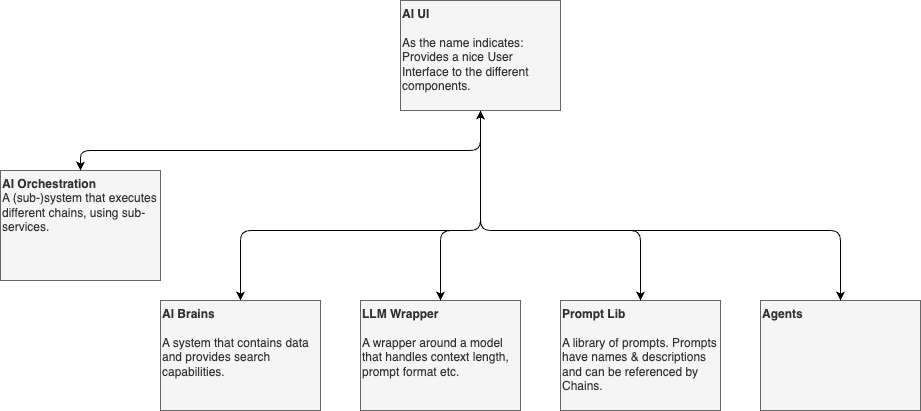
The draw.io diagram src/ai_ui_a12/public/content/ai_platform_overview_simple.png in tillg/ai-platform, before a commit. Source tidied: cells renumbered, new cells last; positions are measured from the earlier drawing's top-left corner, leaving out a move shared by most shapes. Its diagram source:
```xml
<mxGraphModel>
  <root>
    <mxCell id="0" />
    <mxCell id="1" parent="0" />
    <mxCell id="2" style="edgeStyle=orthogonalEdgeStyle;html=1;entryX=0.5;entryY=1;entryDx=0;entryDy=0;startArrow=classic;startFill=1;" parent="1" edge="1" source="3" target="6">
      <mxGeometry relative="1" as="geometry">
        <Array as="points">
          <mxPoint x="240" y="230" />
          <mxPoint x="480" y="230" />
        </Array>
      </mxGeometry>
    </mxCell>
    <mxCell id="3" value="&lt;div&gt;&lt;b&gt;AI Brains&lt;/b&gt;&lt;/div&gt;&lt;div&gt;&lt;br&gt;&lt;/div&gt;&lt;div&gt;A system that contains data and provides search capabilities.&lt;/div&gt;" style="rounded=0;whiteSpace=wrap;html=1;fillColor=#f5f5f5;strokeColor=#666666;align=left;verticalAlign=top;fontColor=#333333;" parent="1" vertex="1">
      <mxGeometry x="160" y="300" width="160" height="110" as="geometry" />
    </mxCell>
    <mxCell id="4" value="&lt;div&gt;&lt;b&gt;LLM Wrapper&lt;/b&gt;&lt;/div&gt;&lt;div&gt;&lt;b&gt;&lt;br&gt;&lt;/b&gt;&lt;/div&gt;&lt;div&gt;A wrapper around a model that handles context length, prompt format etc.&lt;/div&gt;" style="rounded=0;whiteSpace=wrap;html=1;fillColor=#f5f5f5;strokeColor=#666666;align=left;verticalAlign=top;fontColor=#333333;" parent="1" vertex="1">
      <mxGeometry x="360" y="300" width="160" height="110" as="geometry" />
    </mxCell>
    <mxCell id="5" value="&lt;div&gt;&lt;b&gt;AI Orchestration&lt;/b&gt;&lt;/div&gt;&lt;div&gt;A (sub-)system that executes different chains, using sub-services.&lt;/div&gt;" style="rounded=0;whiteSpace=wrap;html=1;fillColor=#f5f5f5;strokeColor=#666666;align=left;verticalAlign=top;fontColor=#333333;" parent="1" vertex="1">
      <mxGeometry y="170" width="160" height="110" as="geometry" />
    </mxCell>
    <mxCell id="6" value="&lt;div&gt;&lt;b&gt;AI UI&lt;/b&gt;&lt;/div&gt;&lt;div&gt;&lt;br&gt;&lt;/div&gt;&lt;div&gt;As the name indicates: Provides a nice User Interface to the different components.&lt;/div&gt;" style="rounded=0;whiteSpace=wrap;html=1;fillColor=#f5f5f5;strokeColor=#666666;align=left;verticalAlign=top;fontColor=#333333;" parent="1" vertex="1">
      <mxGeometry x="400" width="160" height="110" as="geometry" />
    </mxCell>
    <mxCell id="7" value="&lt;div&gt;&lt;b&gt;Prompt Lib&lt;/b&gt;&lt;/div&gt;&lt;div&gt;&lt;b&gt;&lt;br&gt;&lt;/b&gt;&lt;/div&gt;&lt;div&gt;A library of prompts. Prompts have names &amp;amp; descriptions and can be referenced by Chains.&lt;/div&gt;" style="rounded=0;whiteSpace=wrap;html=1;fillColor=#f5f5f5;strokeColor=#666666;align=left;verticalAlign=top;fontColor=#333333;" parent="1" vertex="1">
      <mxGeometry x="560" y="300" width="160" height="110" as="geometry" />
    </mxCell>
    <mxCell id="8" value="&lt;div&gt;&lt;b&gt;Agents&lt;/b&gt;&lt;/div&gt;&lt;div&gt;&lt;b&gt;&lt;br&gt;&lt;/b&gt;&lt;/div&gt;&lt;div&gt;&lt;br&gt;&lt;/div&gt;" style="rounded=0;whiteSpace=wrap;html=1;fillColor=#f5f5f5;strokeColor=#666666;align=left;verticalAlign=top;fontColor=#333333;" parent="1" vertex="1">
      <mxGeometry x="760" y="300" width="160" height="110" as="geometry" />
    </mxCell>
    <mxCell id="9" style="edgeStyle=orthogonalEdgeStyle;html=1;entryX=0.5;entryY=1;entryDx=0;entryDy=0;exitX=0.5;exitY=0;exitDx=0;exitDy=0;startArrow=classic;startFill=1;" parent="1" edge="1" source="5" target="6">
      <mxGeometry relative="1" as="geometry">
        <Array as="points">
          <mxPoint x="80" y="150" />
          <mxPoint x="480" y="150" />
        </Array>
      </mxGeometry>
    </mxCell>
    <mxCell id="10" style="edgeStyle=orthogonalEdgeStyle;html=1;exitX=0.5;exitY=0;exitDx=0;exitDy=0;entryX=0.5;entryY=1;entryDx=0;entryDy=0;startArrow=classic;startFill=1;" parent="1" edge="1" source="4" target="6">
      <mxGeometry relative="1" as="geometry">
        <Array as="points">
          <mxPoint x="440" y="230" />
          <mxPoint x="480" y="230" />
        </Array>
      </mxGeometry>
    </mxCell>
    <mxCell id="11" style="edgeStyle=orthogonalEdgeStyle;html=1;exitX=0.5;exitY=0;exitDx=0;exitDy=0;entryX=0.5;entryY=1;entryDx=0;entryDy=0;startArrow=classic;startFill=1;" parent="1" edge="1" source="7" target="6">
      <mxGeometry relative="1" as="geometry">
        <Array as="points">
          <mxPoint x="640" y="230" />
          <mxPoint x="480" y="230" />
        </Array>
      </mxGeometry>
    </mxCell>
    <mxCell id="12" style="edgeStyle=orthogonalEdgeStyle;html=1;exitX=0.5;exitY=0;exitDx=0;exitDy=0;entryX=0.5;entryY=1;entryDx=0;entryDy=0;startArrow=classic;startFill=1;" parent="1" edge="1" source="8" target="6">
      <mxGeometry relative="1" as="geometry">
        <Array as="points">
          <mxPoint x="840" y="230" />
          <mxPoint x="480" y="230" />
        </Array>
      </mxGeometry>
    </mxCell>
  </root>
</mxGraphModel>
```
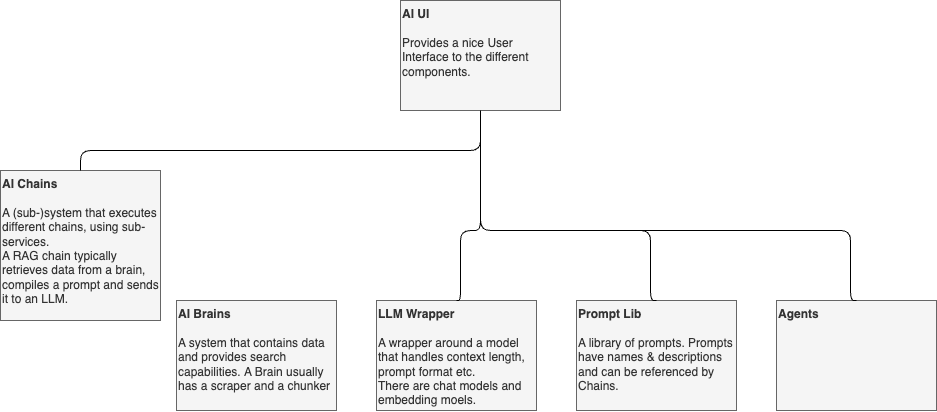
After the change.

Change to the diagram source:
```diff
@@ -2,25 +2,26 @@
   <root>
     <mxCell id="0" />
     <mxCell id="1" parent="0" />
-    <mxCell id="2" style="edgeStyle=orthogonalEdgeStyle;html=1;entryX=0.5;entryY=1;entryDx=0;entryDy=0;startArrow=classic;startFill=1;" parent="1" edge="1" source="3" target="6">
+    <mxCell id="2" style="edgeStyle=orthogonalEdgeStyle;html=1;entryX=0.5;entryY=1;entryDx=0;entryDy=0;startArrow=classic;startFill=1;exitX=0.5;exitY=0;exitDx=0;exitDy=0;strokeColor=none;" parent="1" edge="1" source="3" target="6">
       <mxGeometry relative="1" as="geometry">
         <Array as="points">
-          <mxPoint x="240" y="230" />
-          <mxPoint x="480" y="230" />
+          <mxPoint x="244" y="300" />
+          <mxPoint x="244" y="230" />
+          <mxPoint x="464" y="230" />
         </Array>
       </mxGeometry>
     </mxCell>
-    <mxCell id="3" value="&lt;div&gt;&lt;b&gt;AI Brains&lt;/b&gt;&lt;/div&gt;&lt;div&gt;&lt;br&gt;&lt;/div&gt;&lt;div&gt;A system that contains data and provides search capabilities.&lt;/div&gt;" style="rounded=0;whiteSpace=wrap;html=1;fillColor=#f5f5f5;strokeColor=#666666;align=left;verticalAlign=top;fontColor=#333333;" parent="1" vertex="1">
+    <mxCell id="3" value="&lt;div&gt;&lt;b&gt;AI Brains&lt;/b&gt;&lt;/div&gt;&lt;div&gt;&lt;br&gt;&lt;/div&gt;&lt;div&gt;A system that contains data and provides search capabilities.&amp;nbsp;&lt;span style=&quot;background-color: initial;&quot;&gt;A Brain usually has a scraper and a chunker&lt;/span&gt;&lt;/div&gt;" style="rounded=0;whiteSpace=wrap;html=1;fillColor=#f5f5f5;strokeColor=#666666;align=left;verticalAlign=top;fontColor=#333333;" parent="1" vertex="1">
       <mxGeometry x="160" y="300" width="160" height="110" as="geometry" />
     </mxCell>
-    <mxCell id="4" value="&lt;div&gt;&lt;b&gt;LLM Wrapper&lt;/b&gt;&lt;/div&gt;&lt;div&gt;&lt;b&gt;&lt;br&gt;&lt;/b&gt;&lt;/div&gt;&lt;div&gt;A wrapper around a model that handles context length, prompt format etc.&lt;/div&gt;" style="rounded=0;whiteSpace=wrap;html=1;fillColor=#f5f5f5;strokeColor=#666666;align=left;verticalAlign=top;fontColor=#333333;" parent="1" vertex="1">
+    <mxCell id="4" value="&lt;div&gt;&lt;b&gt;LLM Wrapper&lt;/b&gt;&lt;/div&gt;&lt;div&gt;&lt;b&gt;&lt;br&gt;&lt;/b&gt;&lt;/div&gt;&lt;div&gt;A wrapper around a model that handles context length, prompt format etc.&lt;/div&gt;&lt;div&gt;There are chat models and embedding moels.&lt;/div&gt;" style="rounded=0;whiteSpace=wrap;html=1;fillColor=#f5f5f5;strokeColor=#666666;align=left;verticalAlign=top;fontColor=#333333;" parent="1" vertex="1">
       <mxGeometry x="360" y="300" width="160" height="110" as="geometry" />
     </mxCell>
-    <mxCell id="5" value="&lt;div&gt;&lt;b&gt;AI Orchestration&lt;/b&gt;&lt;/div&gt;&lt;div&gt;A (sub-)system that executes different chains, using sub-services.&lt;/div&gt;" style="rounded=0;whiteSpace=wrap;html=1;fillColor=#f5f5f5;strokeColor=#666666;align=left;verticalAlign=top;fontColor=#333333;" parent="1" vertex="1">
-      <mxGeometry y="170" width="160" height="110" as="geometry" />
+    <mxCell id="5" value="&lt;div&gt;&lt;b&gt;AI Chains&lt;/b&gt;&lt;/div&gt;&lt;div&gt;&lt;b&gt;&lt;br&gt;&lt;/b&gt;&lt;/div&gt;&lt;div&gt;A (sub-)system that executes different chains, using sub-services.&lt;/div&gt;&lt;div&gt;A RAG chain typically retrieves data from a brain, compiles a prompt and sends it to an LLM.&lt;/div&gt;" style="rounded=0;whiteSpace=wrap;html=1;fillColor=#f5f5f5;strokeColor=#666666;align=left;verticalAlign=top;fontColor=#333333;" parent="1" vertex="1">
+      <mxGeometry x="-16" y="170" width="160" height="150" as="geometry" />
     </mxCell>
-    <mxCell id="6" value="&lt;div&gt;&lt;b&gt;AI UI&lt;/b&gt;&lt;/div&gt;&lt;div&gt;&lt;br&gt;&lt;/div&gt;&lt;div&gt;As the name indicates: Provides a nice User Interface to the different components.&lt;/div&gt;" style="rounded=0;whiteSpace=wrap;html=1;fillColor=#f5f5f5;strokeColor=#666666;align=left;verticalAlign=top;fontColor=#333333;" parent="1" vertex="1">
-      <mxGeometry x="400" width="160" height="110" as="geometry" />
+    <mxCell id="6" value="&lt;div&gt;&lt;b&gt;AI UI&lt;/b&gt;&lt;/div&gt;&lt;div&gt;&lt;br&gt;&lt;/div&gt;&lt;div&gt;Provides a nice User Interface to the different components.&lt;/div&gt;" style="rounded=0;whiteSpace=wrap;html=1;fillColor=#f5f5f5;strokeColor=#666666;align=left;verticalAlign=top;fontColor=#333333;" parent="1" vertex="1">
+      <mxGeometry x="384" width="160" height="110" as="geometry" />
     </mxCell>
     <mxCell id="7" value="&lt;div&gt;&lt;b&gt;Prompt Lib&lt;/b&gt;&lt;/div&gt;&lt;div&gt;&lt;b&gt;&lt;br&gt;&lt;/b&gt;&lt;/div&gt;&lt;div&gt;A library of prompts. Prompts have names &amp;amp; descriptions and can be referenced by Chains.&lt;/div&gt;" style="rounded=0;whiteSpace=wrap;html=1;fillColor=#f5f5f5;strokeColor=#666666;align=left;verticalAlign=top;fontColor=#333333;" parent="1" vertex="1">
       <mxGeometry x="560" y="300" width="160" height="110" as="geometry" />
@@ -28,35 +29,38 @@
     <mxCell id="8" value="&lt;div&gt;&lt;b&gt;Agents&lt;/b&gt;&lt;/div&gt;&lt;div&gt;&lt;b&gt;&lt;br&gt;&lt;/b&gt;&lt;/div&gt;&lt;div&gt;&lt;br&gt;&lt;/div&gt;" style="rounded=0;whiteSpace=wrap;html=1;fillColor=#f5f5f5;strokeColor=#666666;align=left;verticalAlign=top;fontColor=#333333;" parent="1" vertex="1">
       <mxGeometry x="760" y="300" width="160" height="110" as="geometry" />
     </mxCell>
-    <mxCell id="9" style="edgeStyle=orthogonalEdgeStyle;html=1;entryX=0.5;entryY=1;entryDx=0;entryDy=0;exitX=0.5;exitY=0;exitDx=0;exitDy=0;startArrow=classic;startFill=1;" parent="1" edge="1" source="5" target="6">
+    <mxCell id="9" style="edgeStyle=orthogonalEdgeStyle;html=1;entryX=0.5;entryY=1;entryDx=0;entryDy=0;exitX=0.5;exitY=0;exitDx=0;exitDy=0;startArrow=none;startFill=0;endArrow=none;endFill=0;" parent="1" edge="1" source="5" target="6">
       <mxGeometry relative="1" as="geometry">
         <Array as="points">
-          <mxPoint x="80" y="150" />
-          <mxPoint x="480" y="150" />
+          <mxPoint x="64" y="150" />
+          <mxPoint x="464" y="150" />
         </Array>
       </mxGeometry>
     </mxCell>
-    <mxCell id="10" style="edgeStyle=orthogonalEdgeStyle;html=1;exitX=0.5;exitY=0;exitDx=0;exitDy=0;entryX=0.5;entryY=1;entryDx=0;entryDy=0;startArrow=classic;startFill=1;" parent="1" edge="1" source="4" target="6">
+    <mxCell id="10" style="edgeStyle=orthogonalEdgeStyle;html=1;exitX=0.5;exitY=0;exitDx=0;exitDy=0;entryX=0.5;entryY=1;entryDx=0;entryDy=0;startArrow=none;startFill=0;endArrow=none;endFill=0;" parent="1" edge="1" source="4" target="6">
       <mxGeometry relative="1" as="geometry">
         <Array as="points">
-          <mxPoint x="440" y="230" />
-          <mxPoint x="480" y="230" />
+          <mxPoint x="444" y="300" />
+          <mxPoint x="444" y="230" />
+          <mxPoint x="464" y="230" />
         </Array>
       </mxGeometry>
     </mxCell>
-    <mxCell id="11" style="edgeStyle=orthogonalEdgeStyle;html=1;exitX=0.5;exitY=0;exitDx=0;exitDy=0;entryX=0.5;entryY=1;entryDx=0;entryDy=0;startArrow=classic;startFill=1;" parent="1" edge="1" source="7" target="6">
+    <mxCell id="11" style="edgeStyle=orthogonalEdgeStyle;html=1;exitX=0.5;exitY=0;exitDx=0;exitDy=0;entryX=0.5;entryY=1;entryDx=0;entryDy=0;startArrow=none;startFill=0;endArrow=none;endFill=0;" parent="1" edge="1" source="7" target="6">
       <mxGeometry relative="1" as="geometry">
         <Array as="points">
-          <mxPoint x="640" y="230" />
-          <mxPoint x="480" y="230" />
+          <mxPoint x="634" y="300" />
+          <mxPoint x="634" y="230" />
+          <mxPoint x="464" y="230" />
         </Array>
       </mxGeometry>
     </mxCell>
-    <mxCell id="12" style="edgeStyle=orthogonalEdgeStyle;html=1;exitX=0.5;exitY=0;exitDx=0;exitDy=0;entryX=0.5;entryY=1;entryDx=0;entryDy=0;startArrow=classic;startFill=1;" parent="1" edge="1" source="8" target="6">
+    <mxCell id="12" style="edgeStyle=orthogonalEdgeStyle;html=1;exitX=0.5;exitY=0;exitDx=0;exitDy=0;entryX=0.5;entryY=1;entryDx=0;entryDy=0;startArrow=none;startFill=0;endArrow=none;endFill=0;" parent="1" edge="1" source="8" target="6">
       <mxGeometry relative="1" as="geometry">
         <Array as="points">
-          <mxPoint x="840" y="230" />
-          <mxPoint x="480" y="230" />
+          <mxPoint x="834" y="300" />
+          <mxPoint x="834" y="230" />
+          <mxPoint x="464" y="230" />
         </Array>
       </mxGeometry>
     </mxCell>
```
